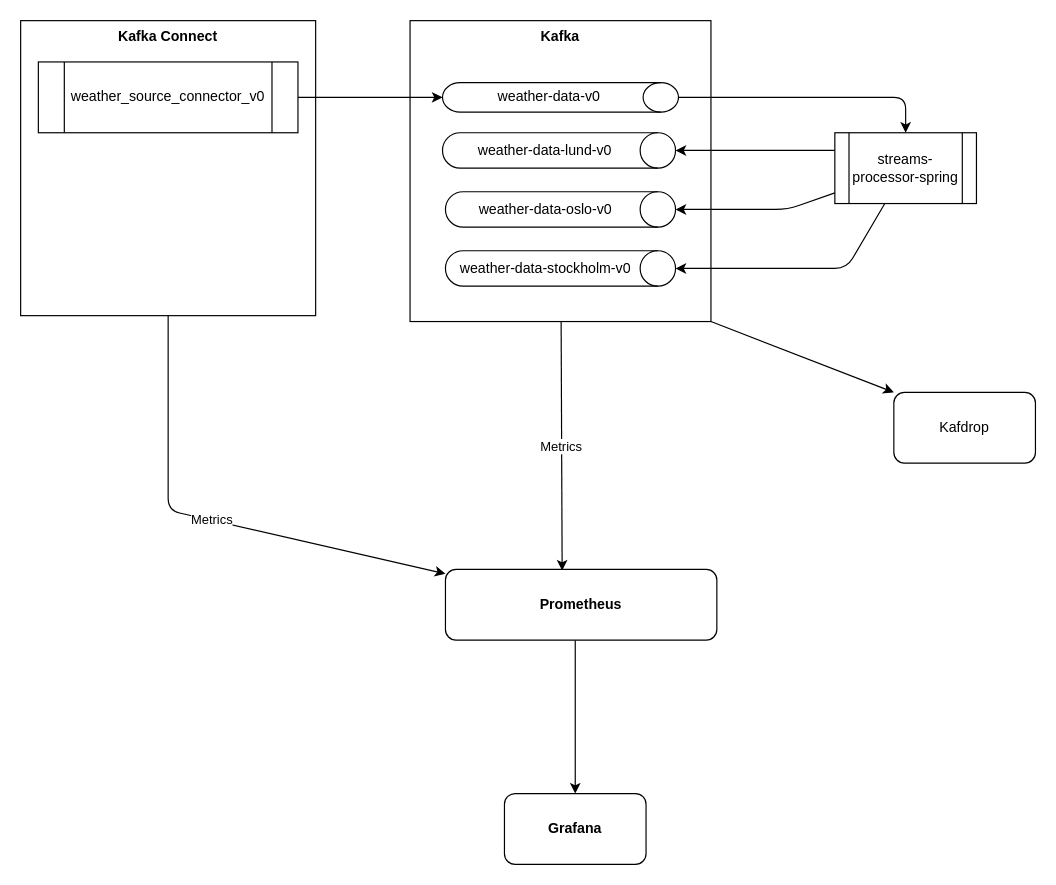
This is architecture.drawio from mehdihasan/strimzi-playground, a draw.io file, before an edit. Source tidied: cells renumbered, new cells numbered last; positions are measured from the earlier drawing's top-left corner, leaving out a move shared by most shapes. Both pictures are drawn from the tidied source at 118%, with x=0, y=0 at pixel (20, 20).
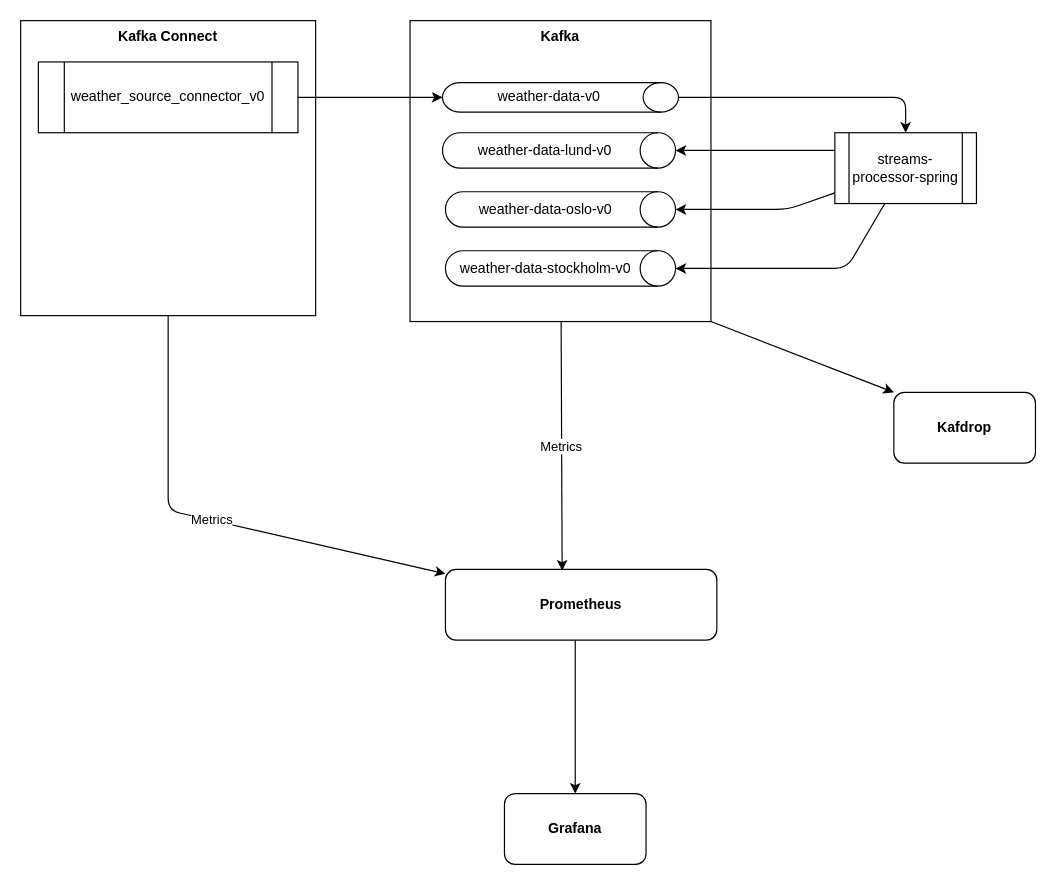
The same diagram, later.

Diff of the diagram source:
```diff
@@
-    <mxCell id="21" value="Kafdrop" style="rounded=1;whiteSpace=wrap;html=1;" parent="1" vertex="1">
+    <mxCell id="21" value="&lt;b&gt;Kafdrop&lt;/b&gt;" style="rounded=1;whiteSpace=wrap;html=1;" parent="1" vertex="1">
       <mxGeometry x="740" y="315" width="120" height="60" as="geometry" />
     </mxCell>
```
